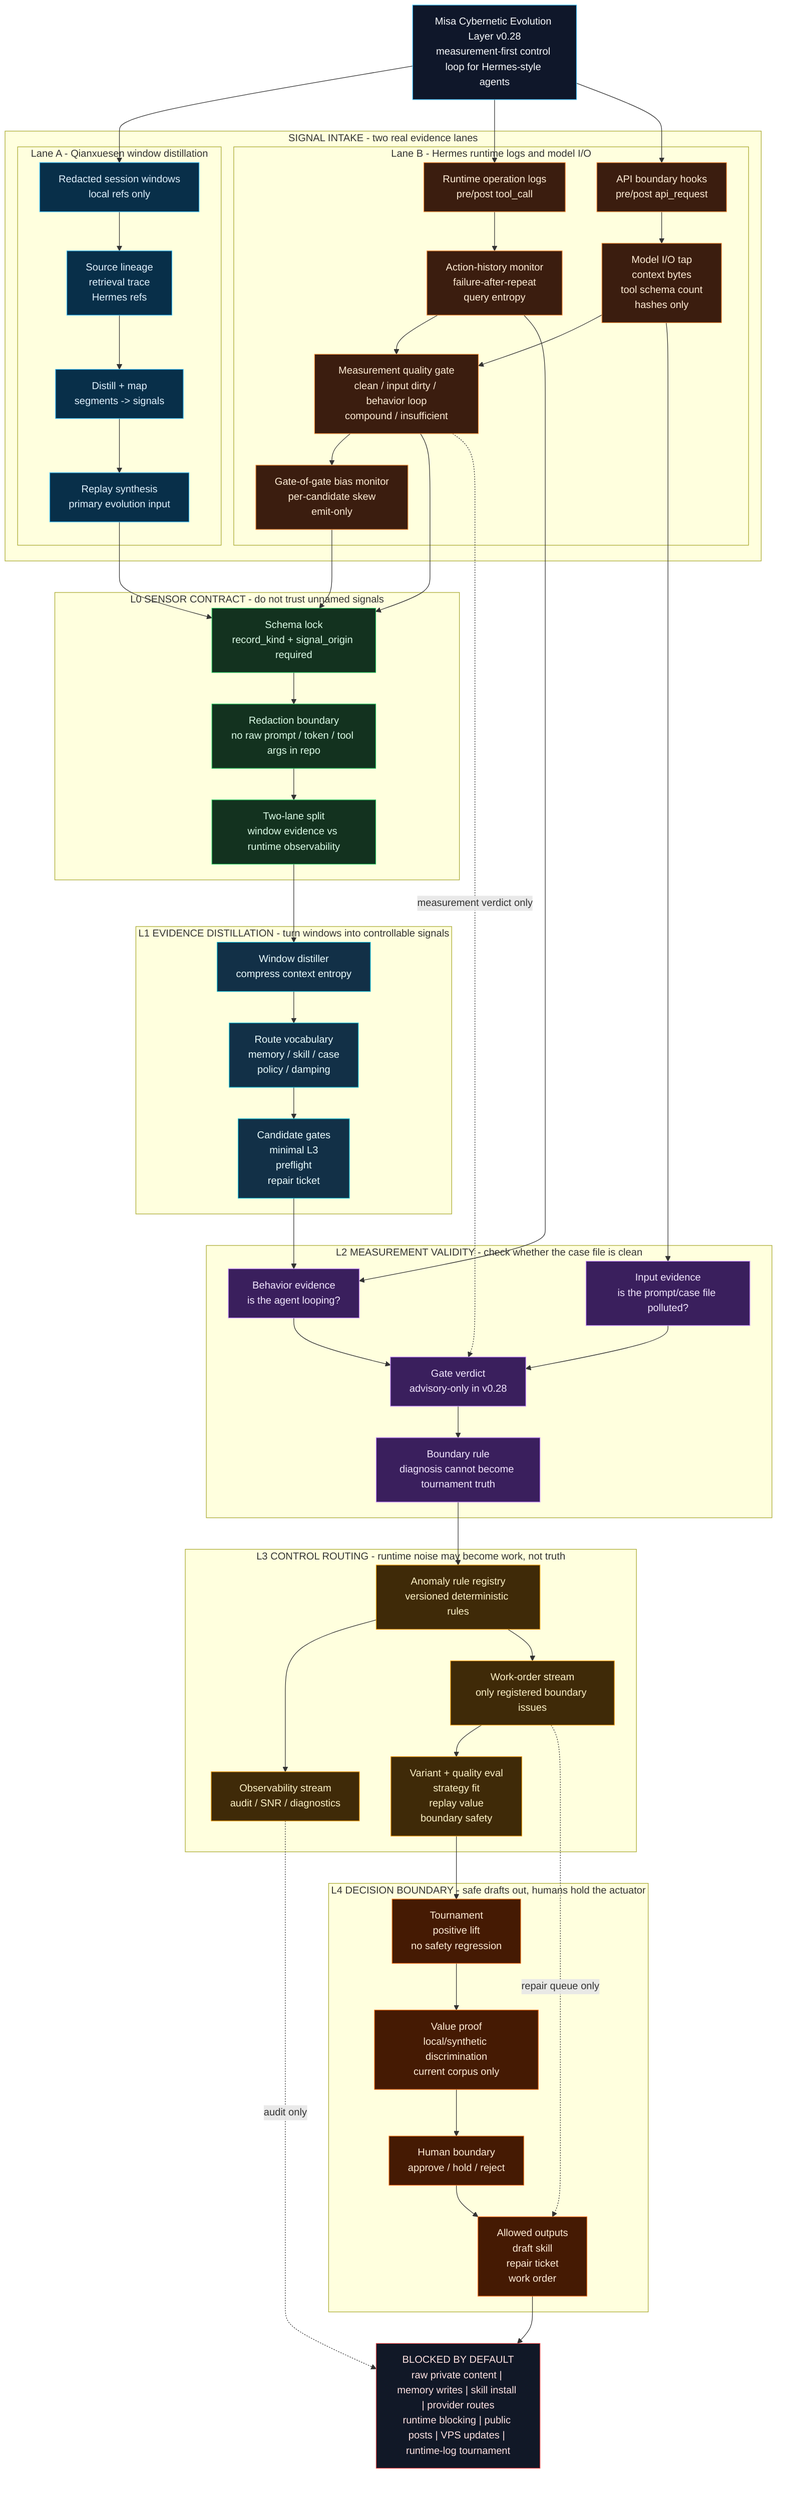
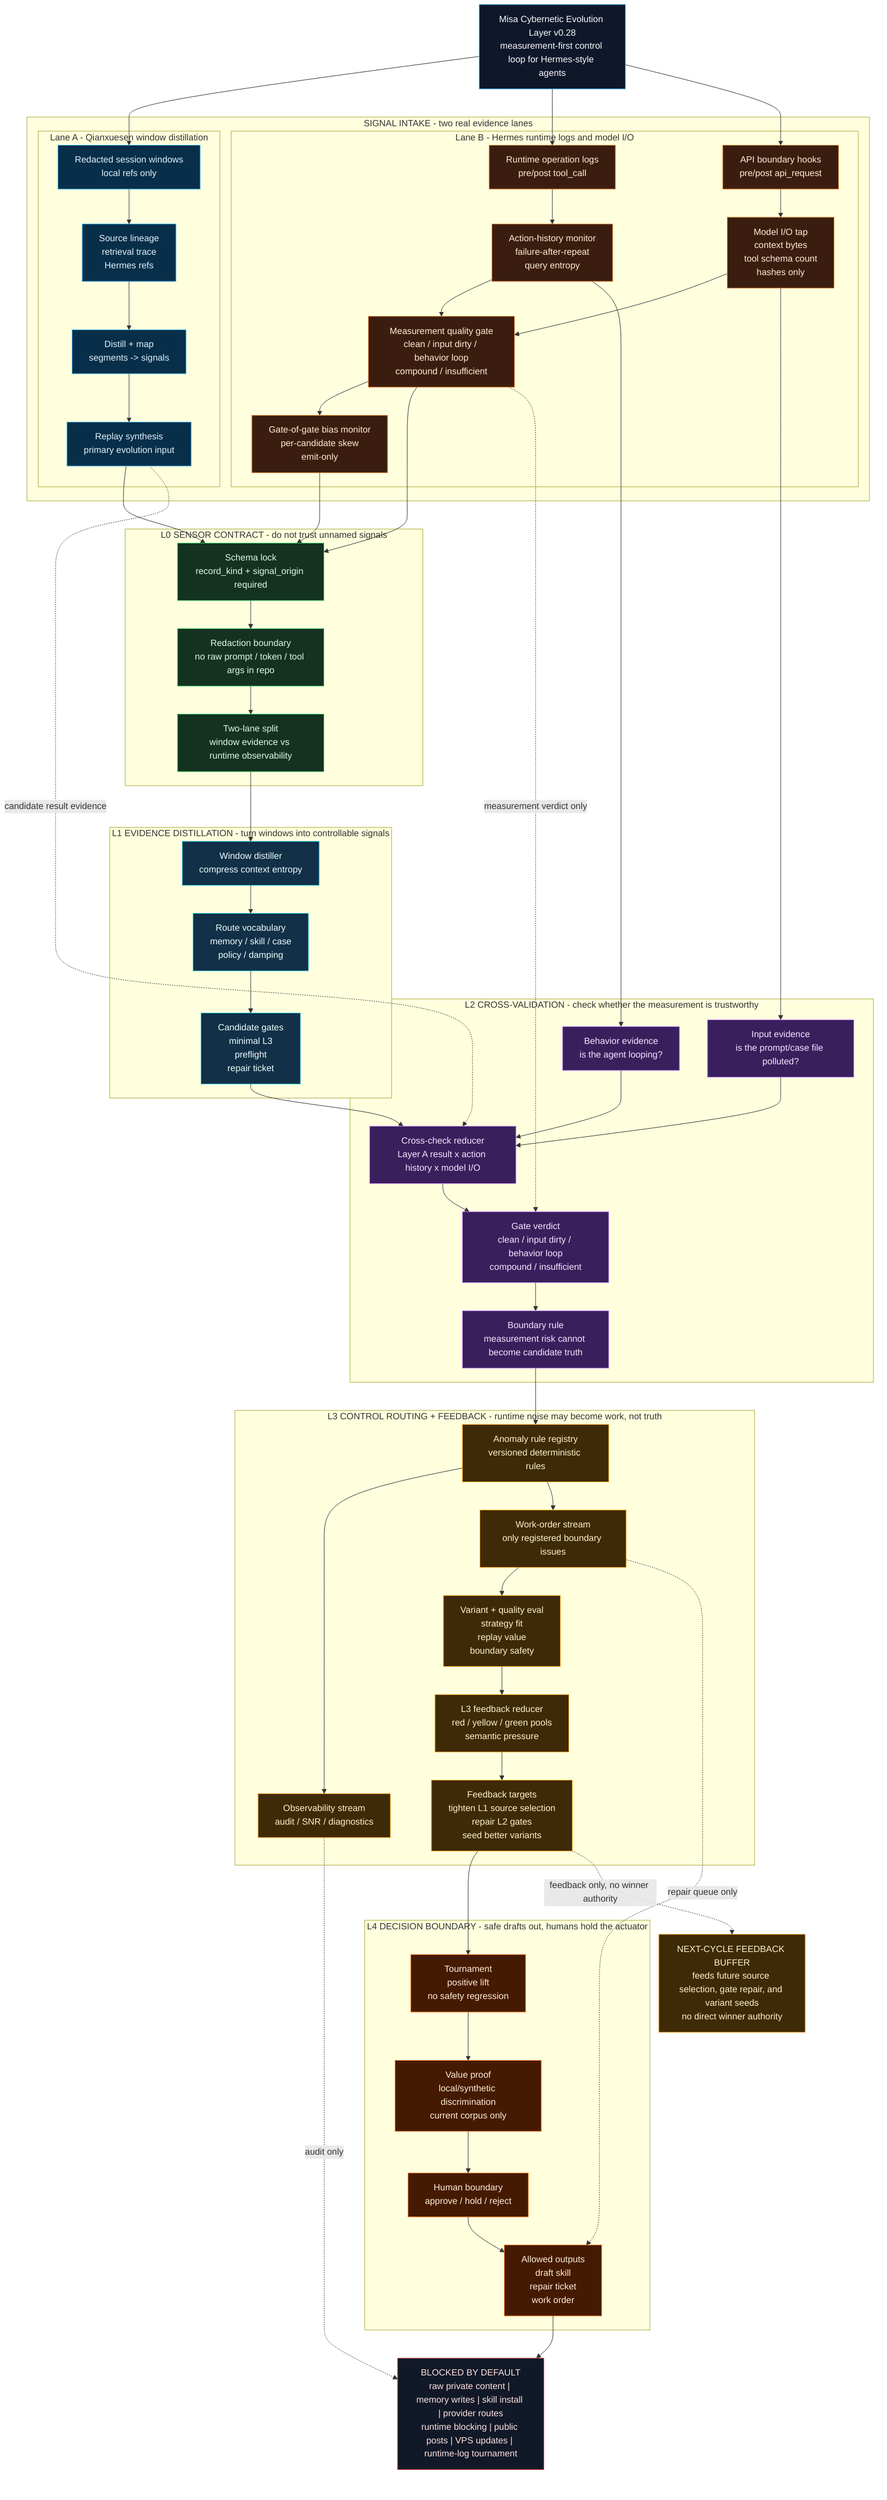
graph TD
  TITLE["Misa Cybernetic Evolution Layer v0.28<br/>measurement-first control loop for Hermes-style agents"]

  subgraph SRC["SIGNAL INTAKE - two real evidence lanes"]
    subgraph A_SRC["Lane A - Qianxuesen window distillation"]
      A0["Redacted session windows<br/>local refs only"]
      A1["Source lineage<br/>retrieval trace<br/>Hermes refs"]
      A2["Distill + map<br/>segments -> signals"]
      A3["Replay synthesis<br/>primary evolution input"]
      A0 --> A1 --> A2 --> A3
    end

    subgraph C_SRC["Lane B - Hermes runtime logs and model I/O"]
      C0["Runtime operation logs<br/>pre/post tool_call"]
      C1["API boundary hooks<br/>pre/post api_request"]
      C2["Action-history monitor<br/>failure-after-repeat<br/>query entropy"]
      C3["Model I/O tap<br/>context bytes<br/>tool schema count<br/>hashes only"]
      C4["Measurement quality gate<br/>clean / input dirty / behavior loop<br/>compound / insufficient"]
      C5["Gate-of-gate bias monitor<br/>per-candidate skew<br/>emit-only"]
      C0 --> C2 --> C4
      C1 --> C3 --> C4 --> C5
    end
  end

  subgraph L0["L0 SENSOR CONTRACT - do not trust unnamed signals"]
    L0A["Schema lock<br/>record_kind + signal_origin required"]
    L0B["Redaction boundary<br/>no raw prompt / token / tool args in repo"]
    L0C["Two-lane split<br/>window evidence vs runtime observability"]
    L0A --> L0B --> L0C
  end

  subgraph L1["L1 EVIDENCE DISTILLATION - turn windows into controllable signals"]
    L1A["Window distiller<br/>compress context entropy"]
    L1B["Route vocabulary<br/>memory / skill / case<br/>policy / damping"]
    L1C["Candidate gates<br/>minimal L3<br/>preflight<br/>repair ticket"]
    L1A --> L1B --> L1C
  end

-   subgraph L2["L2 MEASUREMENT VALIDITY - check whether the case file is clean"]
+   subgraph L2["L2 CROSS-VALIDATION - check whether the measurement is trustworthy"]
    L2A["Behavior evidence<br/>is the agent looping?"]
    L2B["Input evidence<br/>is the prompt/case file polluted?"]
-     L2C["Gate verdict<br/>advisory-only in v0.28"]
-     L2D["Boundary rule<br/>diagnosis cannot become tournament truth"]
+     L2C["Cross-check reducer<br/>Layer A result x action history x model I/O"]
+     L2D["Gate verdict<br/>clean / input dirty / behavior loop<br/>compound / insufficient"]
+     L2E["Boundary rule<br/>measurement risk cannot become candidate truth"]
    L2A --> L2C
-     L2B --> L2C --> L2D
+     L2B --> L2C --> L2D --> L2E
  end

-   subgraph L3["L3 CONTROL ROUTING - runtime noise may become work, not truth"]
+   subgraph L3["L3 CONTROL ROUTING + FEEDBACK - runtime noise may become work, not truth"]
    L3A["Anomaly rule registry<br/>versioned deterministic rules"]
    L3B["Observability stream<br/>audit / SNR / diagnostics"]
    L3C["Work-order stream<br/>only registered boundary issues"]
    L3D["Variant + quality eval<br/>strategy fit<br/>replay value<br/>boundary safety"]
+     L3E["L3 feedback reducer<br/>red / yellow / green pools<br/>semantic pressure"]
+     L3F["Feedback targets<br/>tighten L1 source selection<br/>repair L2 gates<br/>seed better variants"]
    L3A --> L3B
-     L3A --> L3C --> L3D
+     L3A --> L3C --> L3D --> L3E --> L3F
  end
+ 
+   FB["NEXT-CYCLE FEEDBACK BUFFER<br/>feeds future source selection, gate repair, and variant seeds<br/>no direct winner authority"]

  subgraph L4["L4 DECISION BOUNDARY - safe drafts out, humans hold the actuator"]
    L4A["Tournament<br/>positive lift<br/>no safety regression"]
    L4B["Value proof<br/>local/synthetic discrimination<br/>current corpus only"]
    L4C["Human boundary<br/>approve / hold / reject"]
    L4D["Allowed outputs<br/>draft skill<br/>repair ticket<br/>work order"]
    L4A --> L4B --> L4C --> L4D
  end

  BLOCK["BLOCKED BY DEFAULT<br/>raw private content | memory writes | skill install | provider routes<br/>runtime blocking | public posts | VPS updates | runtime-log tournament"]

  TITLE --> A0
  TITLE --> C0
  TITLE --> C1
  A3 --> L0A
  C4 --> L0A
  C5 --> L0A
  L0C --> L1A
-   L1C --> L2A
+   L1C --> L2C
+   A3 -. "candidate result evidence" .-> L2C
  C2 --> L2A
  C3 --> L2B
-   L2D --> L3A
-   L3D --> L4A
+   L2E --> L3A
+   L3F --> L4A
  L4D --> BLOCK

-   C4 -. "measurement verdict only" .-> L2C
+   C4 -. "measurement verdict only" .-> L2D
  L3B -. "audit only" .-> BLOCK
  L3C -. "repair queue only" .-> L4D
+   L3F -. "feedback only, no winner authority" .-> FB

  classDef title fill:#0f172a,stroke:#38bdf8,color:#f8fafc;
  classDef source fill:#082f49,stroke:#38bdf8,color:#e0f2fe;
  classDef runtime fill:#3b1d0f,stroke:#fb923c,color:#ffedd5;
  classDef contract fill:#13321f,stroke:#22c55e,color:#dcfce7;
  classDef distill fill:#123047,stroke:#06b6d4,color:#ecfeff;
  classDef measure fill:#3a1f5d,stroke:#c084fc,color:#f3e8ff;
  classDef route fill:#3f2a08,stroke:#f59e0b,color:#fef3c7;
  classDef decision fill:#451a03,stroke:#f97316,color:#ffedd5;
  classDef block fill:#111827,stroke:#ef4444,color:#fee2e2;

  class TITLE title;
  class A0,A1,A2,A3 source;
  class C0,C1,C2,C3,C4,C5 runtime;
  class L0A,L0B,L0C contract;
  class L1A,L1B,L1C distill;
-   class L2A,L2B,L2C,L2D measure;
-   class L3A,L3B,L3C,L3D route;
+   class L2A,L2B,L2C,L2D,L2E measure;
+   class L3A,L3B,L3C,L3D,L3E,L3F,FB route;
  class L4A,L4B,L4C,L4D decision;
  class BLOCK block;
